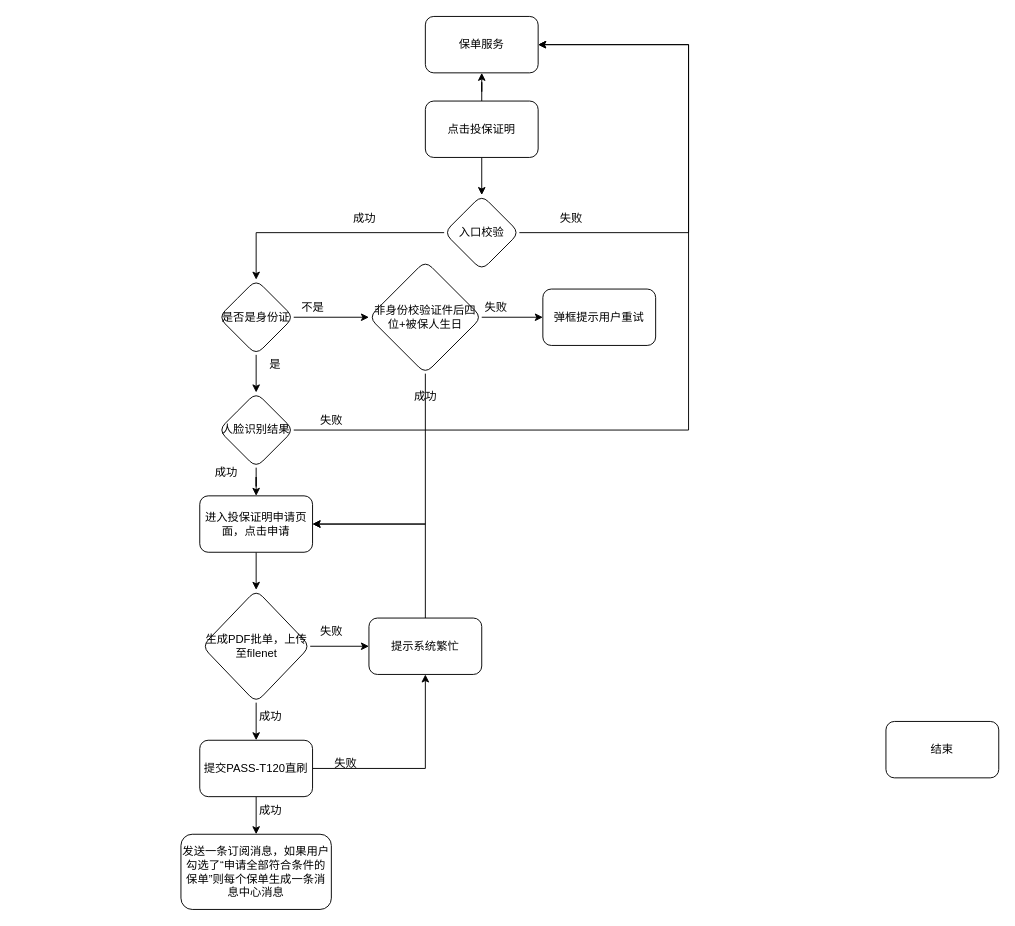
GaoAng-HRERS/diagram keeps this draw.io diagram as page "Page-3" (3 of 3) of Untitled Diagram.drawio. Above is the earlier version. Source tidied: cells renumbered, new cells numbered last; positions are measured from the earlier drawing's top-left corner, leaving out a move shared by most shapes. Both pictures are drawn from the tidied source at 94%, with x=0, y=0 at pixel (180, 16).
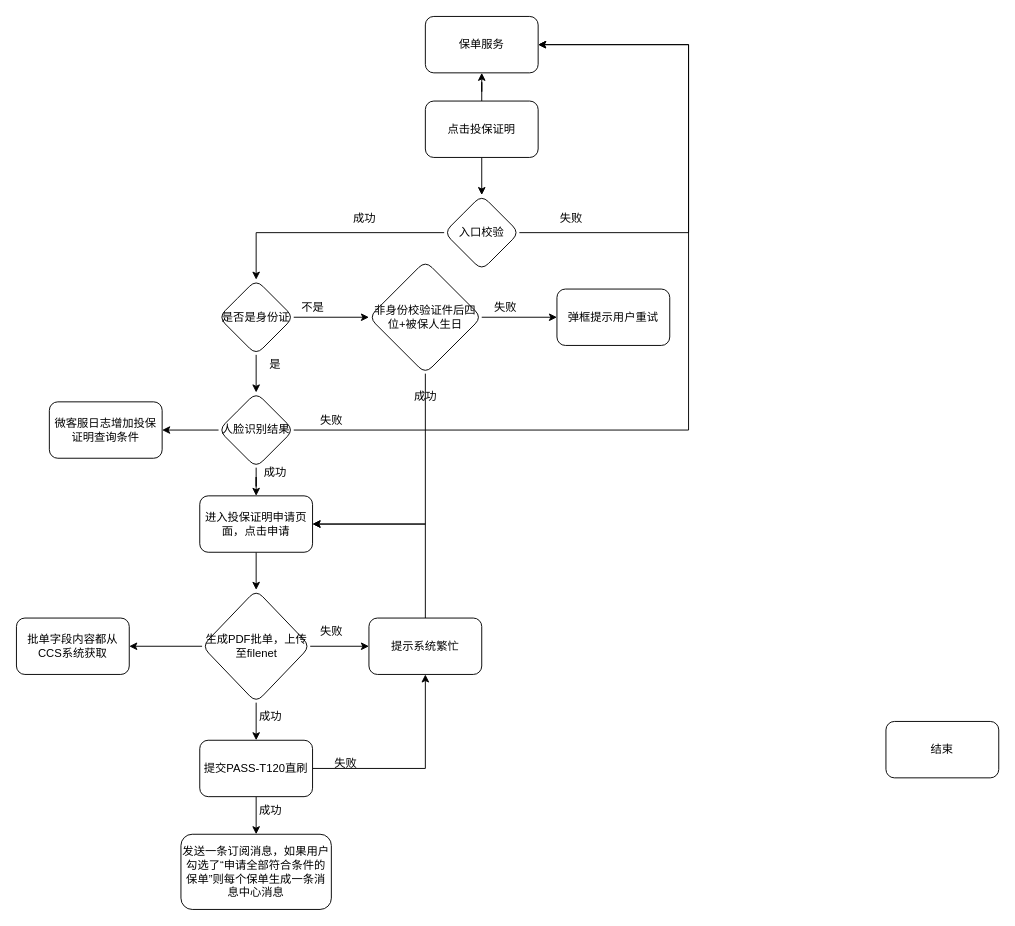
After the change.

Commit message:
投保证明申请1.1

The change refers to these unchanged cells:
```xml
<mxCell id="19" value="人脸识别结果" style="rhombus;whiteSpace=wrap;html=1;rounded=1;" parent="1" vertex="1">
  <mxGeometry x="40" y="400" width="80" height="80" as="geometry" />
</mxCell>
<mxCell id="26" value="生成PDF批单，上传至filenet" style="rhombus;whiteSpace=wrap;html=1;rounded=1;" parent="1" vertex="1">
  <mxGeometry x="22.5" y="610" width="115" height="120" as="geometry" />
</mxCell>
```

The edit, as a diff of the source:
```diff
@@
+    <mxCell id="43" style="edgeStyle=orthogonalEdgeStyle;rounded=0;jettySize=auto;html=1;" parent="1" edge="1" source="19" target="45">
+      <mxGeometry relative="1" as="geometry" />
+    </mxCell>
@@
     <mxCell id="23" value="成功" style="text;html=1;align=center;verticalAlign=middle;strokeColor=none;fillColor=none;" parent="1" vertex="1">
-      <mxGeometry x="22.5" y="470" width="50" height="30" as="geometry" />
+      <mxGeometry x="75" y="470" width="50" height="30" as="geometry" />
     </mxCell>
@@
+    <mxCell id="44" style="edgeStyle=orthogonalEdgeStyle;rounded=0;jettySize=auto;html=1;" parent="1" edge="1" source="26" target="46">
+      <mxGeometry relative="1" as="geometry" />
+    </mxCell>
@@
     <mxCell id="39" value="弹框提示用户重试" style="whiteSpace=wrap;html=1;rounded=1;" parent="1" vertex="1">
-      <mxGeometry x="385" y="290" width="120" height="60" as="geometry" />
+      <mxGeometry x="400" y="290" width="120" height="60" as="geometry" />
     </mxCell>
     <mxCell id="40" value="失败" style="text;html=1;align=center;verticalAlign=middle;strokeColor=none;fillColor=none;" parent="1" vertex="1">
-      <mxGeometry x="310" y="295" width="50" height="30" as="geometry" />
+      <mxGeometry x="320" y="295" width="50" height="30" as="geometry" />
     </mxCell>
@@
+    <mxCell id="45" value="微客服日志增加投保证明查询条件" style="whiteSpace=wrap;html=1;rounded=1;" parent="1" vertex="1">
+      <mxGeometry x="-140" y="410" width="120" height="60" as="geometry" />
+    </mxCell>
+    <mxCell id="46" value="批单字段内容都从CCS系统获取" style="whiteSpace=wrap;html=1;rounded=1;" parent="1" vertex="1">
+      <mxGeometry x="-175" y="640" width="120" height="60" as="geometry" />
+    </mxCell>
```
